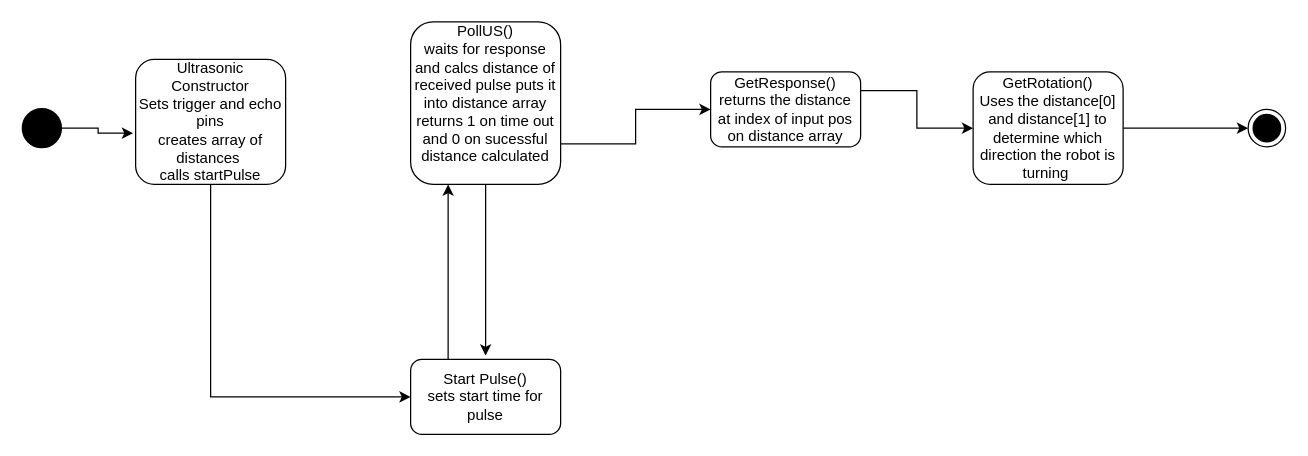
Above: Diagrams/Ultrasonic diagram.drawio in Daniel-Git-Hub/ENGG3000_T6 (draw.io), before the change. Source tidied: cells renumbered, new cells numbered last; positions are measured from the earlier drawing's top-left corner, leaving out a move shared by most shapes. Both pictures are drawn from the tidied source at 125%, with x=0, y=0 at pixel (22, 21).
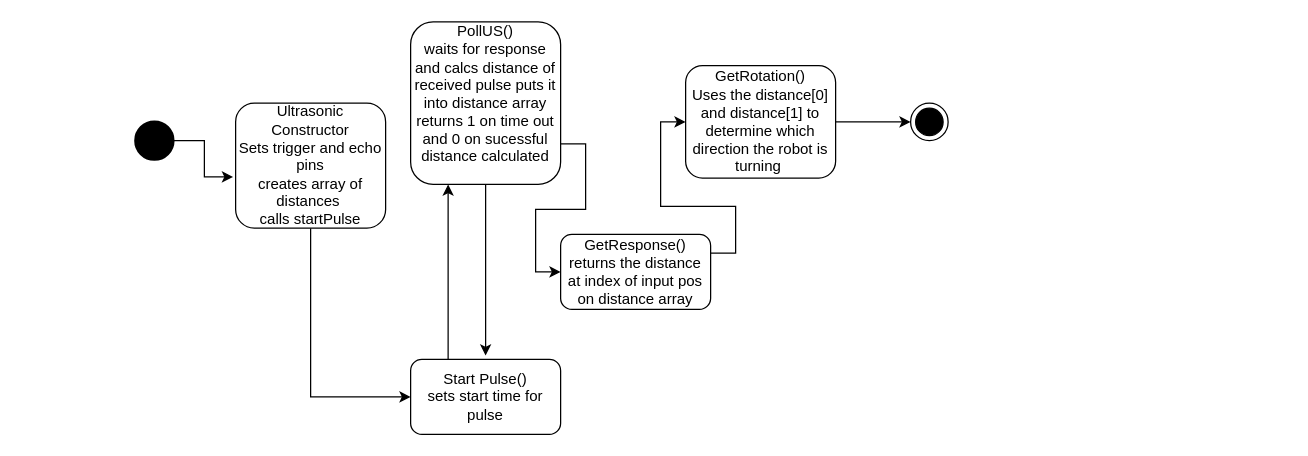
The same diagram, later.

Diff of the diagram source:
```diff
@@
 <mxGraphModel>
   <root>
     <mxCell id="0" />
     <mxCell id="1" parent="0" />
     <mxCell id="2" style="edgeStyle=orthogonalEdgeStyle;rounded=0;jettySize=auto;html=1;exitX=0.25;exitY=0;exitDx=0;exitDy=0;entryX=0.25;entryY=1;entryDx=0;entryDy=0;" parent="1" edge="1" source="3" target="6">
       <mxGeometry relative="1" as="geometry" />
     </mxCell>
     <mxCell id="3" value="Start Pulse()&lt;br&gt;sets start time for pulse" style="whiteSpace=wrap;html=1;rounded=1;" parent="1" vertex="1">
       <mxGeometry x="310" y="270" width="120" height="60" as="geometry" />
     </mxCell>
     <mxCell id="4" style="edgeStyle=orthogonalEdgeStyle;rounded=0;jettySize=auto;html=1;exitX=0.5;exitY=1;exitDx=0;exitDy=0;" parent="1" edge="1" source="6">
       <mxGeometry relative="1" as="geometry">
         <mxPoint x="370" y="267" as="targetPoint" />
         <Array as="points">
           <mxPoint x="370" y="267" />
         </Array>
       </mxGeometry>
     </mxCell>
     <mxCell id="5" style="edgeStyle=orthogonalEdgeStyle;rounded=0;jettySize=auto;html=1;exitX=1;exitY=0.75;exitDx=0;exitDy=0;entryX=0;entryY=0.5;entryDx=0;entryDy=0;" parent="1" edge="1" source="6" target="8">
       <mxGeometry relative="1" as="geometry" />
     </mxCell>
     <mxCell id="6" value="PollUS()&lt;br&gt;waits for response and calcs distance of received pulse puts it into distance array&lt;br&gt;returns 1 on time out and 0 on sucessful distance calculated&lt;br&gt;&amp;nbsp;" style="rounded=1;whiteSpace=wrap;html=1;" parent="1" vertex="1">
       <mxGeometry x="310" width="120" height="130" as="geometry" />
     </mxCell>
     <mxCell id="7" style="edgeStyle=orthogonalEdgeStyle;rounded=0;jettySize=auto;html=1;exitX=1;exitY=0.25;exitDx=0;exitDy=0;entryX=0;entryY=0.5;entryDx=0;entryDy=0;" parent="1" edge="1" source="8" target="10">
       <mxGeometry relative="1" as="geometry" />
     </mxCell>
     <mxCell id="8" value="GetResponse()&lt;br&gt;returns the distance at index of input pos on distance array" style="rounded=1;whiteSpace=wrap;html=1;" parent="1" vertex="1">
-      <mxGeometry x="550" y="40" width="120" height="60" as="geometry" />
+      <mxGeometry x="430" y="170" width="120" height="60" as="geometry" />
     </mxCell>
-    <mxCell id="9" style="edgeStyle=orthogonalEdgeStyle;rounded=0;jettySize=auto;html=1;" parent="1" edge="1" source="10" target="15">
+    <mxCell id="9" style="edgeStyle=orthogonalEdgeStyle;rounded=0;jettySize=auto;html=1;entryX=0;entryY=0.5;entryDx=0;entryDy=0;" parent="1" edge="1" source="10" target="15">
       <mxGeometry relative="1" as="geometry" />
     </mxCell>
     <mxCell id="10" value="GetRotation()&lt;br&gt;Uses the distance[0] and distance[1] to determine which direction the robot is turning&amp;nbsp;" style="whiteSpace=wrap;html=1;rounded=1;" parent="1" vertex="1">
-      <mxGeometry x="760" y="40" width="120" height="90" as="geometry" />
+      <mxGeometry x="530" y="35" width="120" height="90" as="geometry" />
     </mxCell>
     <mxCell id="11" style="edgeStyle=orthogonalEdgeStyle;rounded=0;jettySize=auto;html=1;exitX=0.5;exitY=1;exitDx=0;exitDy=0;entryX=0;entryY=0.5;entryDx=0;entryDy=0;" parent="1" edge="1" source="12" target="3">
       <mxGeometry relative="1" as="geometry" />
     </mxCell>
     <mxCell id="12" value="Ultrasonic Constructor&lt;br&gt;Sets trigger and echo pins&lt;br&gt;creates array of distances&amp;nbsp;&lt;br&gt;calls startPulse" style="whiteSpace=wrap;html=1;rounded=1;" parent="1" vertex="1">
-      <mxGeometry x="90" y="30" width="120" height="100" as="geometry" />
+      <mxGeometry x="170" y="65" width="120" height="100" as="geometry" />
     </mxCell>
     <mxCell id="13" style="edgeStyle=orthogonalEdgeStyle;rounded=0;jettySize=auto;html=1;entryX=-0.017;entryY=0.59;entryDx=0;entryDy=0;entryPerimeter=0;" parent="1" edge="1" source="14" target="12">
       <mxGeometry relative="1" as="geometry" />
     </mxCell>
     <mxCell id="14" style="html=1;overflow=block;blockSpacing=1;whiteSpace=wrap;ellipse;fillColor=#000000;whiteSpace=wrap;fontSize=13;spacing=0;strokeOpacity=100;fillOpacity=100;rounded=1;absoluteArcSize=1;arcSize=9;strokeWidth=2.3;" parent="1" vertex="1">
-      <mxGeometry y="70" width="30" height="30" as="geometry" />
+      <mxGeometry x="90" y="80" width="30" height="30" as="geometry" />
     </mxCell>
     <mxCell id="15" style="ellipse;html=1;shape=endState;fillColor=#000000;strokeColor=#000000;" parent="1" vertex="1">
-      <mxGeometry x="980" y="70" width="30" height="30" as="geometry" />
+      <mxGeometry x="710" y="65" width="30" height="30" as="geometry" />
     </mxCell>
   </root>
 </mxGraphModel>
```
